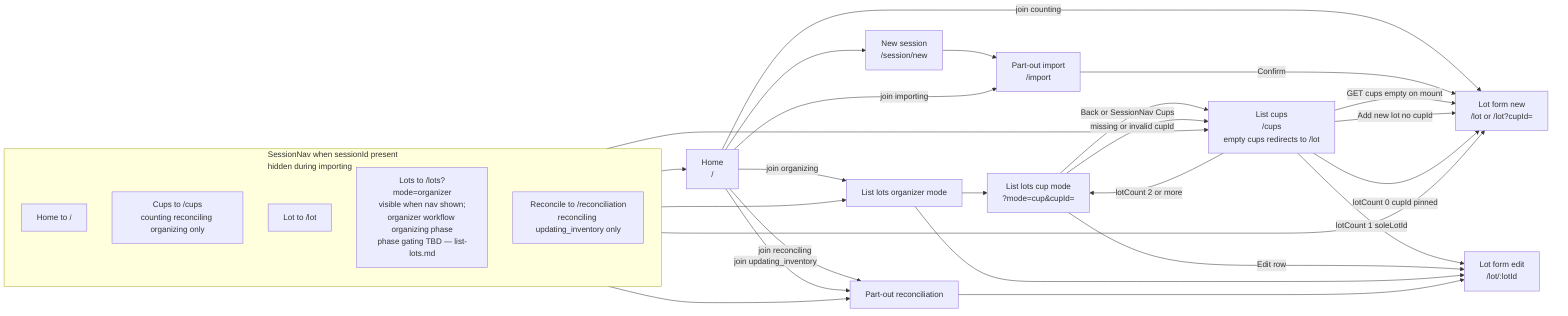
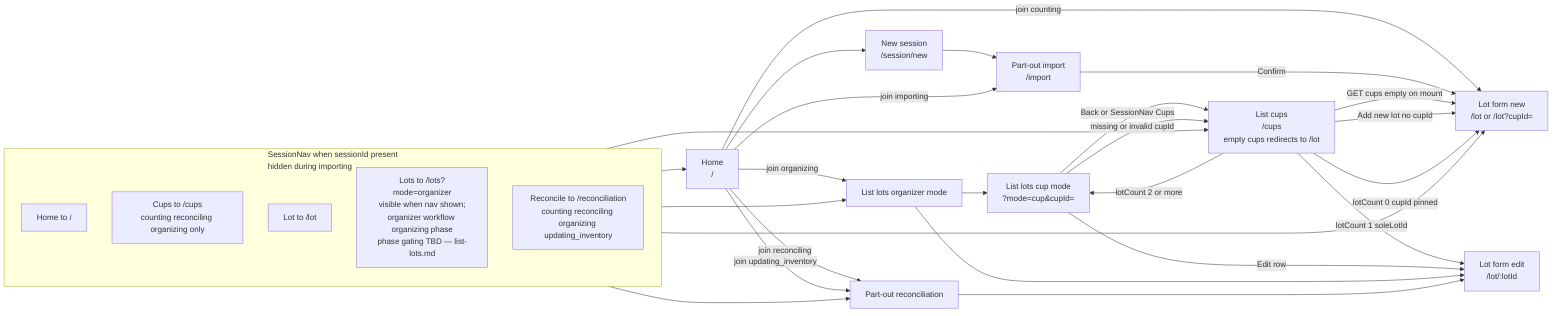
%% View navigation and post-join routing
%% Sources: docs/view-specs/README.md, home.md, new-session.md, list-cups.md, list-lots.md, lot-form.md
%% Cup tap detail: cup-tap-routing.mmd
%% Post-review (2026-06-12): PRs #7–#9 spec–diagram alignment
%% Route shorthand: /import = /session/:sessionId/import (full paths in workflow-storyboard.mmd)

flowchart LR
    HOME["Home<br>/"]

    subgraph sessionNav["SessionNav when sessionId present<br>hidden during importing"]
        direction TB
        NAV_HOME["Home to /"]
        NAV_CUPS["Cups to /cups<br>counting reconciling organizing only"]
        NAV_LOT["Lot to /lot"]
        NAV_LOTS["Lots to /lots?mode=organizer<br>visible when nav shown;<br>organizer workflow organizing phase<br>phase gating TBD — list-lots.md"]
-         NAV_RECON["Reconcile to /reconciliation<br>reconciling updating_inventory only"]
+         NAV_RECON["Reconcile to /reconciliation<br>counting reconciling organizing updating_inventory"]
    end

    NEW["New session<br>/session/new"]
    IMPORT["Part-out import<br>/import"]
    LOT_NEW["Lot form new<br>/lot or /lot?cupId="]
    LOT_EDIT["Lot form edit<br>/lot/:lotId"]
    CUPS["List cups<br>/cups<br>empty cups redirects to /lot"]
    LOTS_CUP["List lots cup mode<br>?mode=cup&cupId="]
    LOTS_ORG["List lots organizer mode"]
    RECON["Part-out reconciliation"]

    HOME --> NEW
    NEW --> IMPORT

    HOME -->|"join importing"| IMPORT
    HOME -->|"join counting"| LOT_NEW
    HOME -->|"join reconciling"| RECON
    HOME -->|"join organizing"| LOTS_ORG
    HOME -->|"join updating_inventory"| RECON

    IMPORT -->|"Confirm"| LOT_NEW

    NAV_HOME --> HOME
    NAV_CUPS --> CUPS
    NAV_LOT --> LOT_NEW
    NAV_LOTS --> LOTS_ORG
    NAV_RECON --> RECON

    CUPS -->|"GET cups empty on mount"| LOT_NEW
    CUPS -->|"Add new lot no cupId"| LOT_NEW
    CUPS -->|"lotCount 0 cupId pinned"| LOT_NEW
    CUPS -->|"lotCount 1 soleLotId"| LOT_EDIT
    CUPS -->|"lotCount 2 or more"| LOTS_CUP
    LOTS_CUP -->|"Edit row"| LOT_EDIT
    LOTS_CUP -->|"Back or SessionNav Cups"| CUPS
    LOTS_CUP -->|"missing or invalid cupId"| CUPS
    LOTS_ORG --> LOT_EDIT
    LOTS_ORG --> LOTS_CUP
    RECON --> LOT_EDIT
